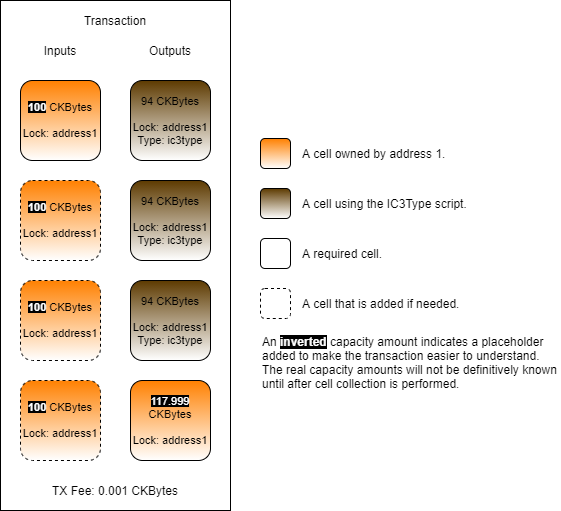
jordanmack/developer-training-course-documentation keeps this draw.io diagram as .gitbook/assets/create-transaction-structure (10).png. Above is the earlier version. Source tidied: cells renumbered, new cells last; positions are measured from the earlier drawing's top-left corner, leaving out a move shared by most shapes.
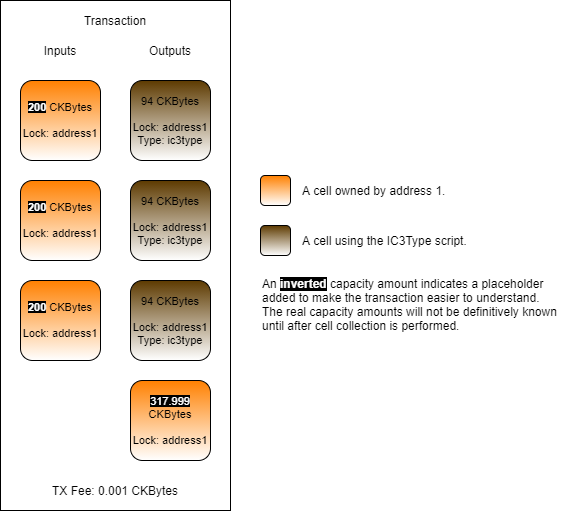
After the commit.

Commit message:
GitBook: [master] one page and one asset modified

The edit, as a diff of the source:
```diff
@@ -26,47 +26,32 @@
     <mxCell id="9" value="94 CKBytes&lt;br&gt;&lt;br&gt;Lock: address1&lt;br&gt;Type: ic3type" style="rounded=1;whiteSpace=wrap;html=1;fontSize=11;gradientColor=#ffffff;fillColor=#5D3A00;" parent="1" vertex="1">
       <mxGeometry x="130" y="180" width="80" height="80" as="geometry" />
     </mxCell>
-    <mxCell id="10" value="&lt;b&gt;&lt;font style=&quot;background-color: rgb(0 , 0 , 0)&quot; color=&quot;#ffffff&quot;&gt;100&lt;/font&gt;&lt;/b&gt;&amp;nbsp;CKBytes&lt;br&gt;&lt;br&gt;Lock: address1" style="rounded=1;whiteSpace=wrap;html=1;fontSize=11;gradientColor=#ffffff;fillColor=#FF8000;" parent="1" vertex="1">
+    <mxCell id="10" value="&lt;b&gt;&lt;font style=&quot;background-color: rgb(0 , 0 , 0)&quot; color=&quot;#ffffff&quot;&gt;200&lt;/font&gt;&lt;/b&gt;&amp;nbsp;CKBytes&lt;br&gt;&lt;br&gt;Lock: address1" style="rounded=1;whiteSpace=wrap;html=1;fontSize=11;gradientColor=#ffffff;fillColor=#FF8000;" parent="1" vertex="1">
       <mxGeometry x="20" y="80" width="80" height="80" as="geometry" />
     </mxCell>
+    <mxCell id="24" value="&lt;b&gt;&lt;font style=&quot;background-color: rgb(0 , 0 , 0)&quot; color=&quot;#ffffff&quot;&gt;200&lt;/font&gt;&lt;/b&gt;&amp;nbsp;CKBytes&lt;br&gt;&lt;br&gt;Lock: address1" style="rounded=1;whiteSpace=wrap;html=1;fontSize=11;gradientColor=#ffffff;fillColor=#FF8000;" parent="1" vertex="1">
+      <mxGeometry x="20" y="280" width="80" height="80" as="geometry" />
+    </mxCell>
+    <mxCell id="25" value="&lt;b&gt;&lt;font style=&quot;background-color: rgb(0 , 0 , 0)&quot; color=&quot;#ffffff&quot;&gt;200&lt;/font&gt;&lt;/b&gt;&amp;nbsp;CKBytes&lt;br&gt;&lt;br&gt;Lock: address1" style="rounded=1;whiteSpace=wrap;html=1;fontSize=11;gradientColor=#ffffff;fillColor=#FF8000;" parent="1" vertex="1">
+      <mxGeometry x="20" y="180" width="80" height="80" as="geometry" />
+    </mxCell>
-    <mxCell id="11" value="&lt;font color=&quot;#ffffff&quot; style=&quot;background-color: rgb(0 , 0 , 0)&quot;&gt;117.999&lt;/font&gt; CKBytes&lt;br&gt;&lt;br&gt;Lock: address1" style="rounded=1;whiteSpace=wrap;html=1;fontSize=11;gradientColor=#ffffff;fillColor=#FF8000;" parent="1" vertex="1">
+    <mxCell id="11" value="&lt;font color=&quot;#ffffff&quot; style=&quot;background-color: rgb(0 , 0 , 0)&quot;&gt;317.999&lt;/font&gt; CKBytes&lt;br&gt;&lt;br&gt;Lock: address1" style="rounded=1;whiteSpace=wrap;html=1;fontSize=11;gradientColor=#ffffff;fillColor=#FF8000;" parent="1" vertex="1">
       <mxGeometry x="130" y="380" width="80" height="80" as="geometry" />
     </mxCell>
     <mxCell id="12" style="rounded=1;whiteSpace=wrap;html=1;gradientColor=#ffffff;fillColor=#5D3A00;" parent="1" vertex="1">
-      <mxGeometry x="260" y="188" width="30" height="30" as="geometry" />
+      <mxGeometry x="260" y="225" width="30" height="30" as="geometry" />
     </mxCell>
     <mxCell id="13" style="rounded=1;whiteSpace=wrap;html=1;gradientColor=#ffffff;fillColor=#FF8000;" parent="1" vertex="1">
-      <mxGeometry x="260" y="138" width="30" height="30" as="geometry" />
+      <mxGeometry x="260" y="175" width="30" height="30" as="geometry" />
     </mxCell>
-    <mxCell id="14" style="rounded=1;whiteSpace=wrap;html=1;gradientColor=#ffffff;fillColor=none;" parent="1" vertex="1">
-      <mxGeometry x="260" y="238" width="30" height="30" as="geometry" />
-    </mxCell>
-    <mxCell id="15" style="rounded=1;whiteSpace=wrap;html=1;gradientColor=#ffffff;fillColor=none;dashed=1;" parent="1" vertex="1">
-      <mxGeometry x="260" y="288" width="30" height="30" as="geometry" />
-    </mxCell>
     <mxCell id="16" value="A cell owned by address 1." style="text;html=1;strokeColor=none;fillColor=none;align=left;verticalAlign=middle;whiteSpace=wrap;rounded=0;dashed=1;" parent="1" vertex="1">
-      <mxGeometry x="300" y="143" width="260" height="20" as="geometry" />
+      <mxGeometry x="300" y="180" width="260" height="20" as="geometry" />
     </mxCell>
     <mxCell id="17" value="A cell using the IC3Type script." style="text;html=1;strokeColor=none;fillColor=none;align=left;verticalAlign=middle;whiteSpace=wrap;rounded=0;dashed=1;" parent="1" vertex="1">
-      <mxGeometry x="300" y="193" width="260" height="20" as="geometry" />
+      <mxGeometry x="300" y="230" width="260" height="20" as="geometry" />
     </mxCell>
-    <mxCell id="18" value="A required cell." style="text;html=1;strokeColor=none;fillColor=none;align=left;verticalAlign=middle;whiteSpace=wrap;rounded=0;dashed=1;" parent="1" vertex="1">
-      <mxGeometry x="300" y="243" width="260" height="20" as="geometry" />
-    </mxCell>
-    <mxCell id="19" value="A cell that is added if needed." style="text;html=1;strokeColor=none;fillColor=none;align=left;verticalAlign=middle;whiteSpace=wrap;rounded=0;dashed=1;" parent="1" vertex="1">
-      <mxGeometry x="300" y="293" width="260" height="20" as="geometry" />
-    </mxCell>
     <mxCell id="20" value="An&amp;nbsp;&lt;b&gt;&lt;font color=&quot;#ffffff&quot; style=&quot;background-color: rgb(0 , 0 , 0)&quot;&gt;inverted&lt;/font&gt;&lt;font color=&quot;#7f00ff&quot;&gt;&amp;nbsp;&lt;/font&gt;&lt;/b&gt;capacity amount indicates a placeholder added to make the transaction easier to understand. The real capacity amounts will not be definitively known until after cell collection is performed." style="text;html=1;strokeColor=none;fillColor=none;align=left;verticalAlign=top;whiteSpace=wrap;rounded=0;dashed=1;" parent="1" vertex="1">
-      <mxGeometry x="260" y="328" width="300" height="65" as="geometry" />
+      <mxGeometry x="260" y="270" width="300" height="65" as="geometry" />
     </mxCell>
-    <mxCell id="21" value="&lt;b&gt;&lt;font style=&quot;background-color: rgb(0 , 0 , 0)&quot; color=&quot;#ffffff&quot;&gt;100&lt;/font&gt;&lt;/b&gt;&amp;nbsp;CKBytes&lt;br&gt;&lt;br&gt;Lock: address1" style="rounded=1;whiteSpace=wrap;html=1;fontSize=11;gradientColor=#ffffff;fillColor=#FF8000;dashed=1;" parent="1" vertex="1">
-      <mxGeometry x="20" y="180" width="80" height="80" as="geometry" />
-    </mxCell>
-    <mxCell id="22" value="&lt;b&gt;&lt;font style=&quot;background-color: rgb(0 , 0 , 0)&quot; color=&quot;#ffffff&quot;&gt;100&lt;/font&gt;&lt;/b&gt;&amp;nbsp;CKBytes&lt;br&gt;&lt;br&gt;Lock: address1" style="rounded=1;whiteSpace=wrap;html=1;fontSize=11;gradientColor=#ffffff;fillColor=#FF8000;dashed=1;" parent="1" vertex="1">
-      <mxGeometry x="20" y="380" width="80" height="80" as="geometry" />
-    </mxCell>
-    <mxCell id="23" value="&lt;b&gt;&lt;font style=&quot;background-color: rgb(0 , 0 , 0)&quot; color=&quot;#ffffff&quot;&gt;100&lt;/font&gt;&lt;/b&gt;&amp;nbsp;CKBytes&lt;br&gt;&lt;br&gt;Lock: address1" style="rounded=1;whiteSpace=wrap;html=1;fontSize=11;gradientColor=#ffffff;fillColor=#FF8000;dashed=1;" parent="1" vertex="1">
-      <mxGeometry x="20" y="280" width="80" height="80" as="geometry" />
-    </mxCell>
   </root>
 </mxGraphModel>
```
